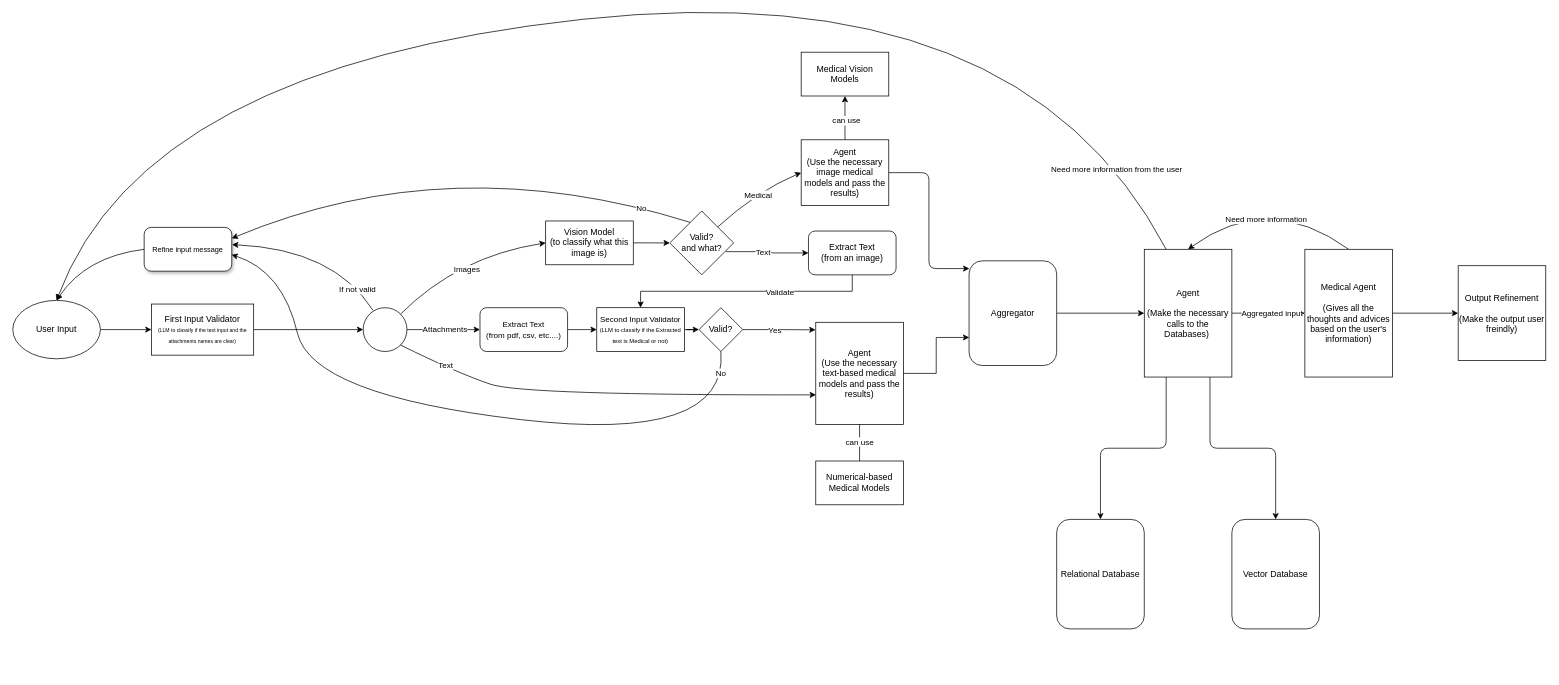
This is Workflow Diagram/Health-Navigator workflow diagram.drawio from Health-Agentic-AI/Health-Navigator, a draw.io file, before an edit. Source tidied: cells renumbered, new cells numbered last; positions are measured from the earlier drawing's top-left corner, leaving out a move shared by most shapes. Both pictures are drawn from the tidied source at 73%, with x=0, y=0 at pixel (12, -28).
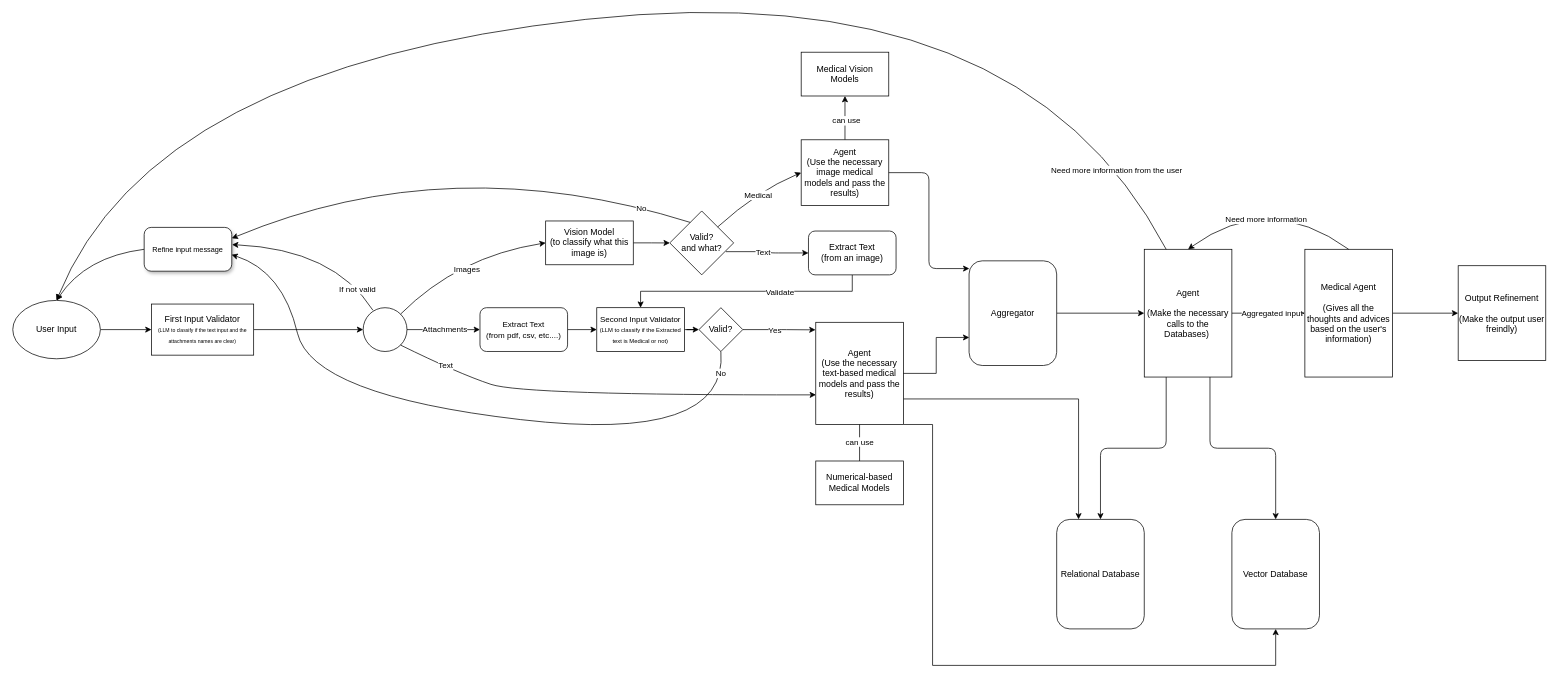
The same diagram, later.

Unchanged cells that the change refers to:
```xml
<mxCell id="3" value="User Input" style="ellipse;whiteSpace=wrap;html=1;rounded=0;" parent="1" vertex="1">
  <mxGeometry y="450" width="120" height="80" as="geometry" />
</mxCell>
<mxCell id="48" value="Agent&lt;div&gt;&lt;br&gt;&lt;div&gt;(Make the&amp;nbsp;necessary calls to the Databases)&amp;nbsp;&lt;/div&gt;&lt;/div&gt;" style="rounded=0;whiteSpace=wrap;html=1;" parent="1" vertex="1">
  <mxGeometry x="1550" y="380" width="120" height="175" as="geometry" />
</mxCell>
<mxCell id="50" value="Relational Database" style="rounded=1;whiteSpace=wrap;html=1;" parent="1" vertex="1">
  <mxGeometry x="1430" y="750" width="120" height="150" as="geometry" />
</mxCell>
<mxCell id="54" value="Agent&lt;div&gt;(Use the necessary text-based medical models and pass the results)&lt;/div&gt;" style="rounded=0;whiteSpace=wrap;html=1;" parent="1" vertex="1">
  <mxGeometry x="1100" y="480" width="120" height="140" as="geometry" />
</mxCell>
```

What changed in the source:
```diff
@@
+    <mxCell id="64" style="edgeStyle=orthogonalEdgeStyle;rounded=0;jettySize=auto;html=1;exitX=1;exitY=0.75;exitDx=0;exitDy=0;entryX=0.25;entryY=0;entryDx=0;entryDy=0;" parent="1" edge="1" source="54" target="50">
+      <mxGeometry relative="1" as="geometry" />
+    </mxCell>
+    <mxCell id="65" style="edgeStyle=orthogonalEdgeStyle;rounded=0;orthogonalLoop=1;jettySize=auto;html=1;exitX=1;exitY=1;exitDx=0;exitDy=0;entryX=0.5;entryY=1;entryDx=0;entryDy=0;" parent="1" edge="1">
+      <mxGeometry relative="1" as="geometry">
+        <mxPoint x="1220" y="620" as="sourcePoint" />
+        <mxPoint x="1730" y="900" as="targetPoint" />
+        <Array as="points">
+          <mxPoint x="1260" y="620" />
+          <mxPoint x="1260" y="950" />
+          <mxPoint x="1730" y="950" />
+        </Array>
+      </mxGeometry>
+    </mxCell>
@@
     <mxCell id="61" style="curved=1;endArrow=classic;html=1;rounded=0;exitX=0.25;exitY=0;exitDx=0;exitDy=0;entryX=0.5;entryY=0;entryDx=0;entryDy=0;" parent="1" edge="1" source="48" target="3">
       <mxGeometry relative="1" as="geometry">
         <Array as="points">
           <mxPoint x="1380" />
-          <mxPoint x="180" y="130" />
+          <mxPoint x="190" y="130" />
         </Array>
       </mxGeometry>
     </mxCell>
```
